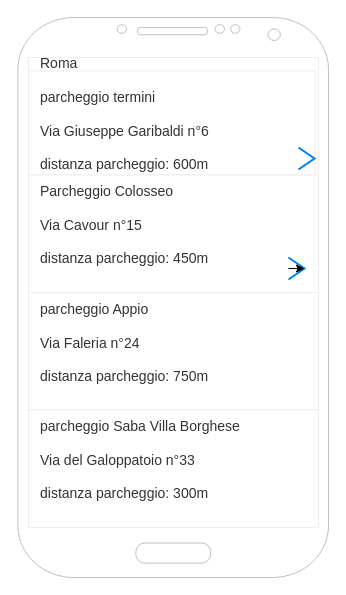
Marcociocci/2020-21-webdesign-verifica keeps this draw.io diagram as Wireframe.drawio. Above is the earlier version. Source tidied: cells renumbered, new cells numbered last; positions are measured from the earlier drawing's top-left corner, leaving out a move shared by most shapes. Both pictures are drawn from the tidied source at 100%, with x=0, y=0 at pixel (17, 17).
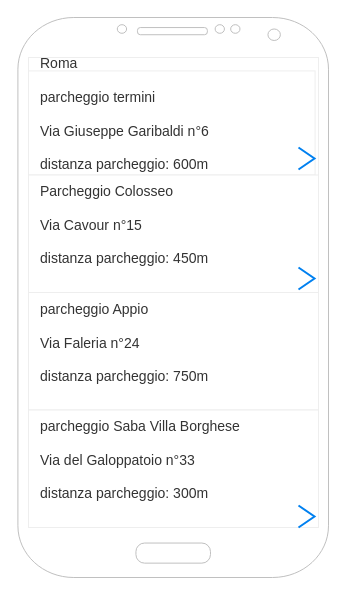
The same page after the edit.

The edit, as a diff of the source:
```diff
@@
 <mxGraphModel>
   <root>
     <mxCell id="0" />
     <mxCell id="1" parent="0" />
     <mxCell id="2" style="verticalLabelPosition=bottom;verticalAlign=top;html=1;shadow=0;dashed=0;strokeWidth=1;shape=mxgraph.android.phone2;strokeColor=#c0c0c0;" parent="1" vertex="1">
       <mxGeometry x="0.4" width="310.6" height="560" as="geometry" />
     </mxCell>
     <mxCell id="3" style="strokeWidth=1;html=1;shadow=0;dashed=0;shape=mxgraph.android.rrect;rSize=0;strokeColor=#eeeeee;fillColor=#ffffff;gradientColor=none;" parent="1" vertex="1">
       <mxGeometry x="11" y="40" width="290" height="470" as="geometry" />
     </mxCell>
     <mxCell id="4" value="&lt;span style=&quot;font-size: 14px&quot;&gt;Roma&lt;br&gt;&lt;br&gt;parcheggio termini&lt;br&gt;&lt;br&gt;Via Giuseppe Garibaldi n°6&lt;br&gt;&lt;br&gt;distanza parcheggio: 600m&lt;br&gt;&lt;br&gt;&lt;/span&gt;" style="strokeColor=inherit;fillColor=inherit;gradientColor=inherit;strokeWidth=1;html=1;shadow=0;dashed=0;shape=mxgraph.android.rrect;rSize=0;align=left;spacingLeft=10;fontSize=8;fontColor=#333333;" parent="3" vertex="1">
       <mxGeometry y="13.4" width="286.6" height="104.1" as="geometry" />
     </mxCell>
     <mxCell id="5" value="&lt;span style=&quot;font-size: 14px&quot;&gt;Parcheggio Colosseo&lt;br&gt;&lt;br&gt;Via Cavour n°15&lt;br&gt;&lt;br&gt;distanza parcheggio: 450m&lt;br&gt;&lt;br&gt;&lt;/span&gt;" style="strokeColor=inherit;fillColor=inherit;gradientColor=inherit;strokeWidth=1;html=1;shadow=0;dashed=0;shape=mxgraph.android.rrect;rSize=0;align=left;spacingLeft=10;fontSize=8;fontColor=#333333;" parent="3" vertex="1">
       <mxGeometry y="117.5" width="290" height="117.5" as="geometry" />
     </mxCell>
     <mxCell id="6" value="&lt;font style=&quot;font-size: 14px&quot;&gt;parcheggio Appio&lt;br&gt;&lt;br&gt;Via Faleria n°24&lt;br&gt;&lt;br&gt;distanza parcheggio: 750m&lt;br&gt;&lt;br&gt;&lt;/font&gt;" style="strokeColor=inherit;fillColor=inherit;gradientColor=inherit;strokeWidth=1;html=1;shadow=0;dashed=0;shape=mxgraph.android.rrect;rSize=0;align=left;spacingLeft=10;fontSize=8;fontColor=#333333;" parent="3" vertex="1">
       <mxGeometry y="235" width="290" height="117.5" as="geometry" />
     </mxCell>
     <mxCell id="7" value="&lt;font style=&quot;font-size: 14px&quot;&gt;parcheggio Saba Villa Borghese&lt;br&gt;&lt;br&gt;Via del Galoppatoio n°33&lt;br&gt;&lt;br&gt;distanza parcheggio: 300m&lt;br&gt;&lt;br&gt;&lt;/font&gt;" style="strokeColor=inherit;fillColor=inherit;gradientColor=inherit;strokeWidth=1;html=1;shadow=0;dashed=0;shape=mxgraph.android.rrect;rSize=0;align=left;spacingLeft=10;fontSize=8;fontColor=#333333;" parent="3" vertex="1">
       <mxGeometry y="352.5" width="290" height="117.5" as="geometry" />
     </mxCell>
     <mxCell id="8" style="html=1;verticalLabelPosition=bottom;labelBackgroundColor=#ffffff;verticalAlign=top;shadow=0;dashed=0;strokeWidth=2;shape=mxgraph.ios7.misc.right;strokeColor=#0080f0;" parent="3" vertex="1">
       <mxGeometry x="270" y="90" width="16" height="22" as="geometry" />
     </mxCell>
-    <mxCell id="9" style="html=1;verticalLabelPosition=bottom;labelBackgroundColor=#ffffff;verticalAlign=top;shadow=0;dashed=0;strokeWidth=2;shape=mxgraph.ios7.misc.right;strokeColor=#0080f0;" parent="3" vertex="1">
-      <mxGeometry x="260" y="200" width="16" height="22" as="geometry" />
-    </mxCell>
-    <mxCell id="10" style="edgeStyle=orthogonalEdgeStyle;rounded=0;jettySize=auto;html=1;entryX=1;entryY=0.5;entryDx=0;entryDy=0;entryPerimeter=0;" parent="3" edge="1" target="9">
-      <mxGeometry relative="1" as="geometry">
-        <mxPoint x="260" y="211" as="sourcePoint" />
-      </mxGeometry>
-    </mxCell>
+    <mxCell id="11" style="html=1;verticalLabelPosition=bottom;labelBackgroundColor=#ffffff;verticalAlign=top;shadow=0;dashed=0;strokeWidth=2;shape=mxgraph.ios7.misc.right;strokeColor=#0080f0;" parent="3" vertex="1">
+      <mxGeometry x="270" y="210" width="16" height="22" as="geometry" />
+    </mxCell>
+    <mxCell id="12" style="html=1;verticalLabelPosition=bottom;labelBackgroundColor=#ffffff;verticalAlign=top;shadow=0;dashed=0;strokeWidth=2;shape=mxgraph.ios7.misc.right;strokeColor=#0080f0;" parent="3" vertex="1">
+      <mxGeometry x="270" y="448" width="16" height="22" as="geometry" />
+    </mxCell>
   </root>
 </mxGraphModel>
```
